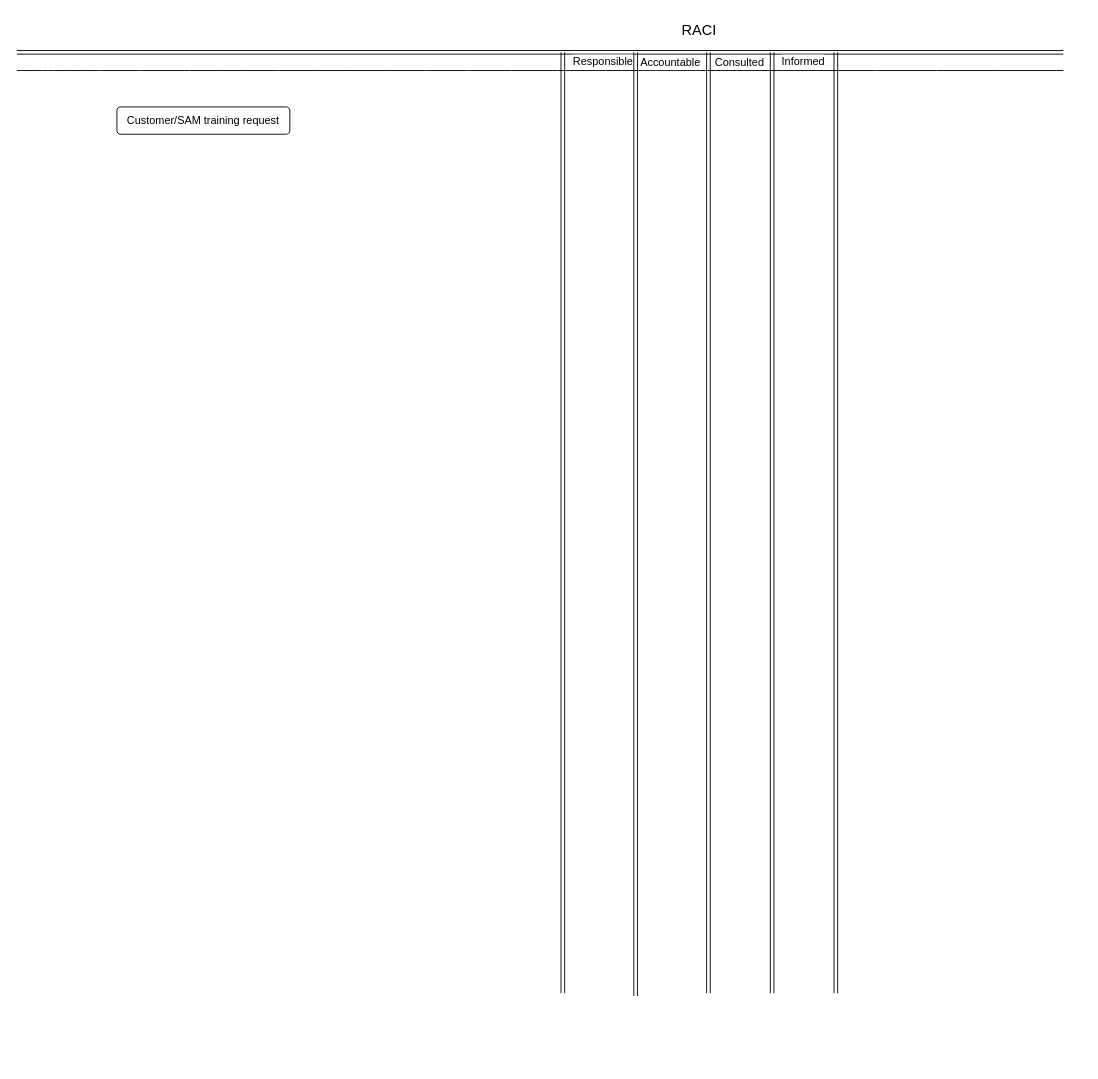
srivats2/dotfiles keeps this draw.io diagram as Untitled Diagram.drawio. Above is the earlier version. Source tidied: cells renumbered, new cells numbered last; positions are measured from the earlier drawing's top-left corner, leaving out a move shared by most shapes. Both pictures are drawn from the tidied source at 91%, with x=0, y=0 at pixel (16, 15).
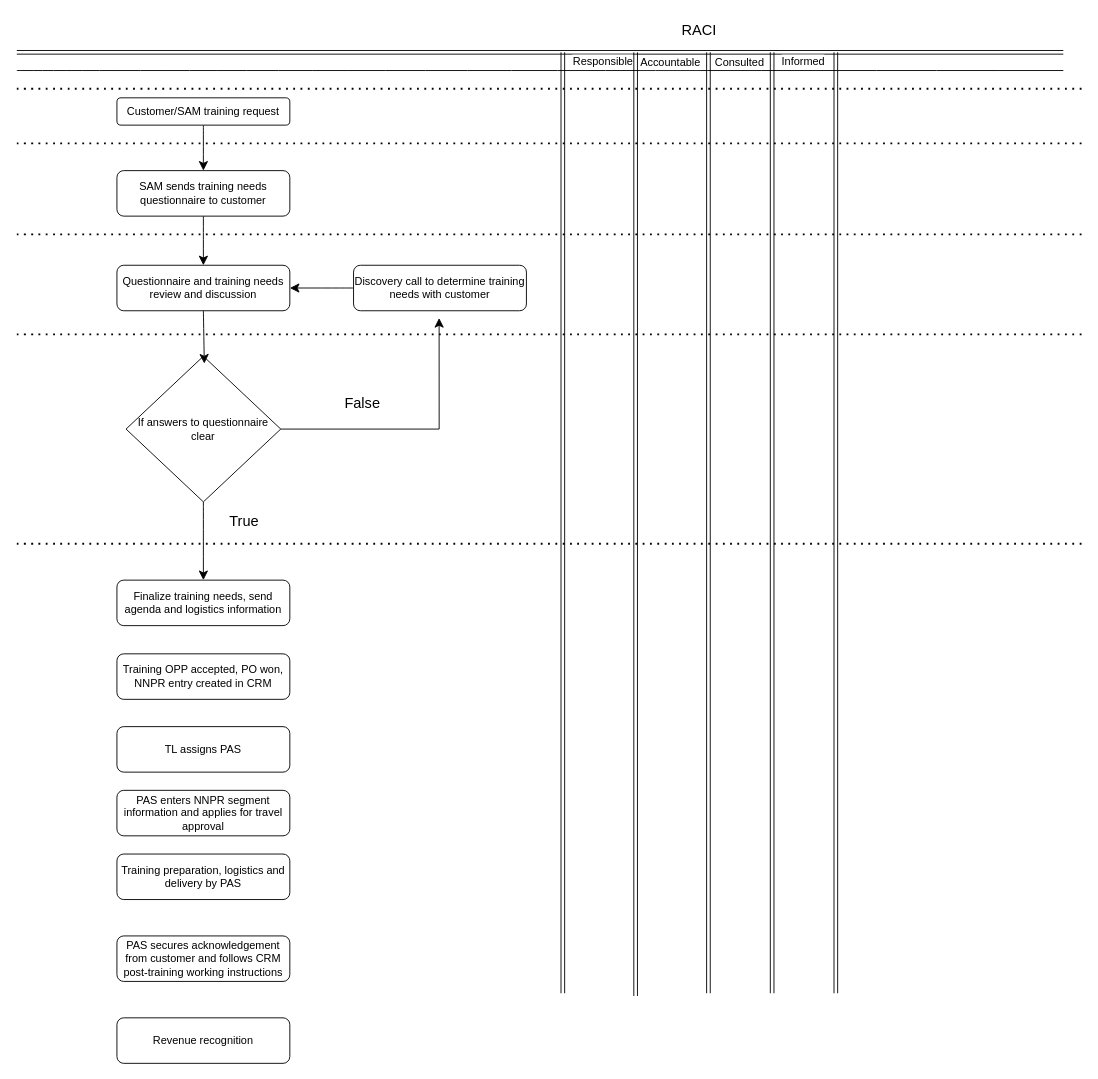
The same page after the edit.

The edit, as a diff of the source:
```diff
@@
+    <mxCell id="15" style="edgeStyle=none;curved=1;rounded=0;jettySize=auto;html=1;fontSize=12;startSize=8;endSize=8;entryX=0.5;entryY=0;entryDx=0;entryDy=0;" parent="1" edge="1" source="2" target="17">
+      <mxGeometry relative="1" as="geometry" />
+    </mxCell>
     <mxCell id="2" value="Customer/SAM training request" style="rounded=1;whiteSpace=wrap;html=1;" parent="1" vertex="1">
-      <mxGeometry x="110" y="100" width="190" height="30" as="geometry" />
+      <mxGeometry x="110" y="90" width="190" height="30" as="geometry" />
     </mxCell>
@@
+    <mxCell id="16" style="edgeStyle=none;curved=1;rounded=0;jettySize=auto;html=1;fontSize=12;startSize=8;endSize=8;entryX=0.5;entryY=0;entryDx=0;entryDy=0;" parent="1" edge="1" source="17" target="18">
+      <mxGeometry relative="1" as="geometry" />
+    </mxCell>
+    <mxCell id="17" value="SAM sends training needs questionnaire to customer" style="rounded=1;whiteSpace=wrap;html=1;" parent="1" vertex="1">
+      <mxGeometry x="110" y="170" width="190" height="50" as="geometry" />
+    </mxCell>
+    <mxCell id="18" value="Questionnaire and training needs review and discussion" style="rounded=1;whiteSpace=wrap;html=1;" parent="1" vertex="1">
+      <mxGeometry x="110" y="274" width="190" height="50" as="geometry" />
+    </mxCell>
+    <mxCell id="19" style="edgeStyle=none;curved=1;rounded=0;jettySize=auto;html=1;fontSize=12;startSize=8;endSize=8;" parent="1" edge="1" source="20" target="25">
+      <mxGeometry relative="1" as="geometry" />
+    </mxCell>
+    <mxCell id="20" value="If answers to questionnaire clear" style="rhombus;whiteSpace=wrap;html=1;" parent="1" vertex="1">
+      <mxGeometry x="120" y="374" width="170" height="160" as="geometry" />
+    </mxCell>
+    <mxCell id="21" style="edgeStyle=none;curved=1;rounded=0;jettySize=auto;html=1;fontSize=12;startSize=8;endSize=8;" parent="1" edge="1" source="22" target="18">
+      <mxGeometry relative="1" as="geometry" />
+    </mxCell>
+    <mxCell id="22" value="Discovery call to determine training needs with customer" style="rounded=1;whiteSpace=wrap;html=1;" parent="1" vertex="1">
+      <mxGeometry x="370" y="274" width="190" height="50" as="geometry" />
+    </mxCell>
+    <mxCell id="23" style="edgeStyle=segmentEdgeStyle;endArrow=classic;html=1;curved=0;rounded=0;endSize=8;startSize=8;fontSize=12;exitX=1;exitY=0.5;exitDx=0;exitDy=0;entryX=0.495;entryY=1.16;entryDx=0;entryDy=0;entryPerimeter=0;" parent="1" edge="1" source="20" target="22">
+      <mxGeometry relative="1" as="geometry" />
+    </mxCell>
+    <mxCell id="24" value="False" style="text;html=1;whiteSpace=wrap;strokeColor=none;fillColor=none;align=center;verticalAlign=middle;rounded=0;fontSize=16;" parent="1" vertex="1">
+      <mxGeometry x="350" y="410" width="60" height="30" as="geometry" />
+    </mxCell>
+    <mxCell id="25" value="Finalize training needs, send agenda and logistics information" style="rounded=1;whiteSpace=wrap;html=1;" parent="1" vertex="1">
+      <mxGeometry x="110" y="620" width="190" height="50" as="geometry" />
+    </mxCell>
+    <mxCell id="26" value="Training OPP accepted, PO won, NNPR entry created in CRM" style="rounded=1;whiteSpace=wrap;html=1;" parent="1" vertex="1">
+      <mxGeometry x="110" y="701" width="190" height="50" as="geometry" />
+    </mxCell>
+    <mxCell id="27" value="TL assigns PAS" style="rounded=1;whiteSpace=wrap;html=1;" parent="1" vertex="1">
+      <mxGeometry x="110" y="781" width="190" height="50" as="geometry" />
+    </mxCell>
+    <mxCell id="28" value="Training preparation, logistics and delivery by PAS" style="rounded=1;whiteSpace=wrap;html=1;" parent="1" vertex="1">
+      <mxGeometry x="110" y="921" width="190" height="50" as="geometry" />
+    </mxCell>
+    <mxCell id="29" value="PAS secures acknowledgement from customer and follows CRM post-training working instructions" style="rounded=1;whiteSpace=wrap;html=1;" parent="1" vertex="1">
+      <mxGeometry x="110" y="1011" width="190" height="50" as="geometry" />
+    </mxCell>
+    <mxCell id="30" value="Revenue recognition" style="rounded=1;whiteSpace=wrap;html=1;" parent="1" vertex="1">
+      <mxGeometry x="110" y="1101" width="190" height="50" as="geometry" />
+    </mxCell>
+    <mxCell id="31" value="PAS enters NNPR segment information and applies for travel approval" style="rounded=1;whiteSpace=wrap;html=1;" parent="1" vertex="1">
+      <mxGeometry x="110" y="851" width="190" height="50" as="geometry" />
+    </mxCell>
+    <mxCell id="32" style="endArrow=none;dashed=1;html=1;dashPattern=1 3;strokeWidth=2;rounded=0;fontSize=12;startSize=8;endSize=8;curved=1;" parent="1" edge="1">
+      <mxGeometry relative="1" as="geometry">
+        <mxPoint y="140" as="sourcePoint" />
+        <mxPoint x="1170" y="140" as="targetPoint" />
+      </mxGeometry>
+    </mxCell>
+    <mxCell id="33" style="endArrow=none;dashed=1;html=1;dashPattern=1 3;strokeWidth=2;rounded=0;fontSize=12;startSize=8;endSize=8;curved=1;" parent="1" edge="1">
+      <mxGeometry relative="1" as="geometry">
+        <mxPoint y="80" as="sourcePoint" />
+        <mxPoint x="1170" y="80" as="targetPoint" />
+      </mxGeometry>
+    </mxCell>
+    <mxCell id="34" style="edgeStyle=none;curved=1;rounded=0;jettySize=auto;html=1;exitX=0.5;exitY=1;exitDx=0;exitDy=0;entryX=0.506;entryY=0.05;entryDx=0;entryDy=0;entryPerimeter=0;fontSize=12;startSize=8;endSize=8;" parent="1" edge="1" source="18" target="20">
+      <mxGeometry relative="1" as="geometry" />
+    </mxCell>
+    <mxCell id="35" style="endArrow=none;dashed=1;html=1;dashPattern=1 3;strokeWidth=2;rounded=0;fontSize=12;startSize=8;endSize=8;curved=1;" parent="1" edge="1">
+      <mxGeometry relative="1" as="geometry">
+        <mxPoint y="240" as="sourcePoint" />
+        <mxPoint x="1170" y="240" as="targetPoint" />
+      </mxGeometry>
+    </mxCell>
+    <mxCell id="36" style="endArrow=none;dashed=1;html=1;dashPattern=1 3;strokeWidth=2;rounded=0;fontSize=12;startSize=8;endSize=8;curved=1;" parent="1" edge="1">
+      <mxGeometry relative="1" as="geometry">
+        <mxPoint y="350" as="sourcePoint" />
+        <mxPoint x="1170" y="350" as="targetPoint" />
+      </mxGeometry>
+    </mxCell>
+    <mxCell id="37" style="endArrow=none;dashed=1;html=1;dashPattern=1 3;strokeWidth=2;rounded=0;fontSize=12;startSize=8;endSize=8;curved=1;" parent="1" edge="1">
+      <mxGeometry relative="1" as="geometry">
+        <mxPoint y="580" as="sourcePoint" />
+        <mxPoint x="1170" y="580" as="targetPoint" />
+      </mxGeometry>
+    </mxCell>
+    <mxCell id="38" value="True" style="text;html=1;whiteSpace=wrap;strokeColor=none;fillColor=none;align=center;verticalAlign=middle;rounded=0;fontSize=16;" parent="1" vertex="1">
+      <mxGeometry x="220" y="540" width="60" height="30" as="geometry" />
+    </mxCell>
```
